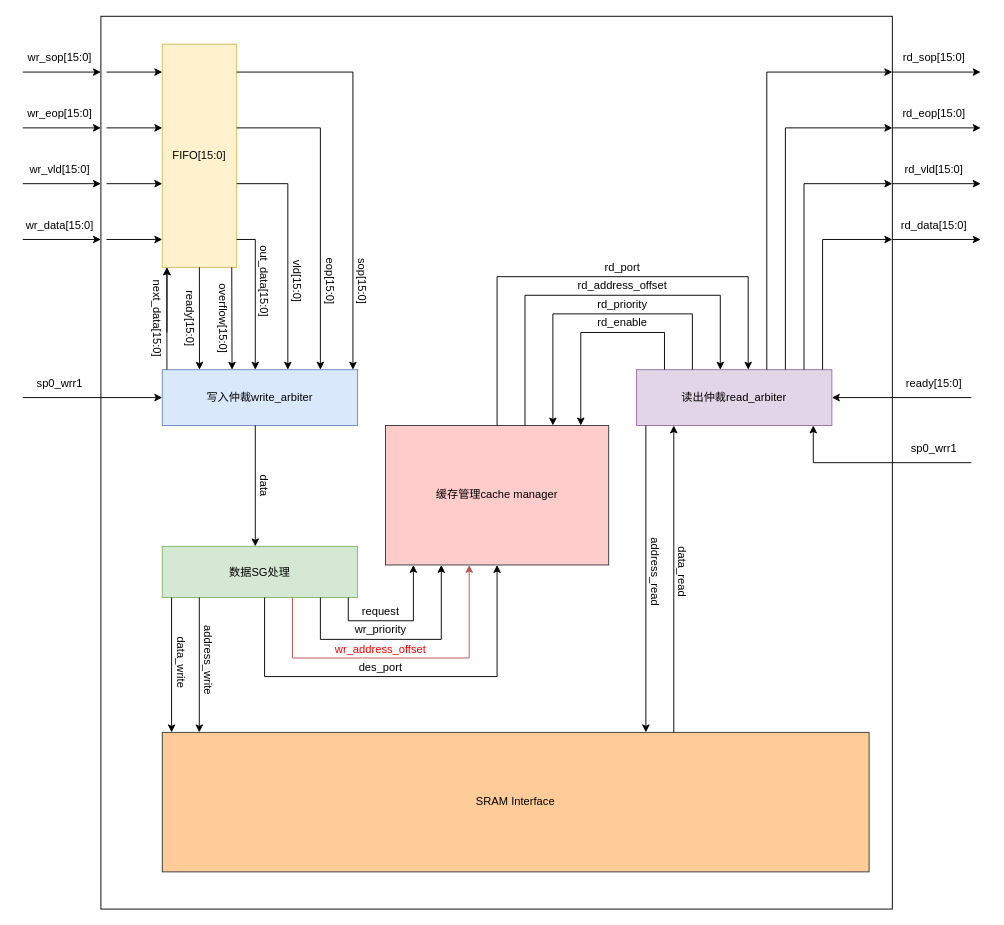
Above: system_blocks/system_block.drawio in miilTgy/sram_ctl (draw.io), before the change. Source tidied: cells renumbered, new cells numbered last; positions are measured from the earlier drawing's top-left corner, leaving out a move shared by most shapes. Both pictures are drawn from the tidied source at 93%, with x=0, y=0 at pixel (22, 16).
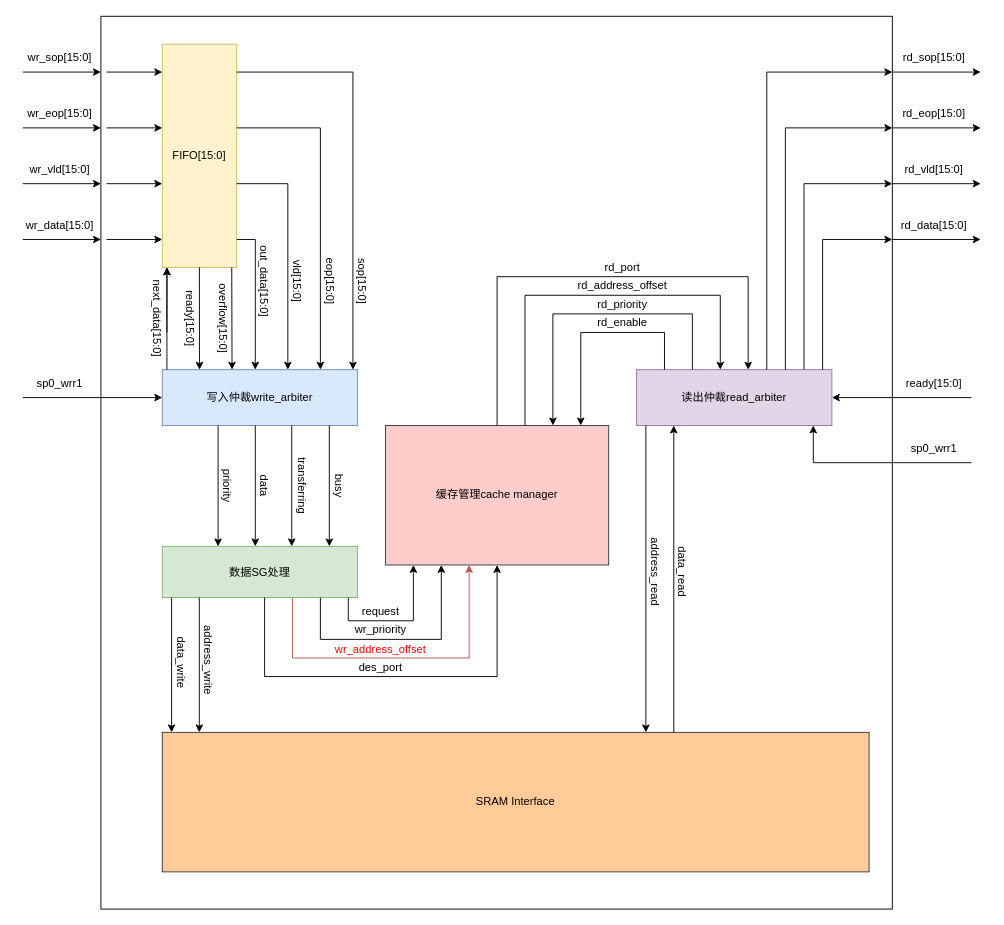
Above is the later version.

Commit message (it also covers changes not shown here):
Modified system_blocks

What changed in the source:
```diff
@@
+    <mxCell id="80" style="endArrow=classic;html=1;rounded=0;" parent="1" edge="1">
+      <mxGeometry relative="1" as="geometry">
+        <mxPoint x="289.2" y="440" as="sourcePoint" />
+        <mxPoint x="289.2" y="570" as="targetPoint" />
+      </mxGeometry>
+    </mxCell>
+    <mxCell id="81" value="transferring" style="text;html=1;align=center;verticalAlign=middle;whiteSpace=wrap;rounded=0;rotation=90;" parent="1" vertex="1">
+      <mxGeometry x="270" y="490" width="60" height="30" as="geometry" />
+    </mxCell>
+    <mxCell id="82" style="endArrow=classic;html=1;rounded=0;" parent="1" edge="1">
+      <mxGeometry relative="1" as="geometry">
+        <mxPoint x="210" y="440" as="sourcePoint" />
+        <mxPoint x="210" y="570" as="targetPoint" />
+      </mxGeometry>
+    </mxCell>
+    <mxCell id="83" value="priority" style="text;html=1;align=center;verticalAlign=middle;whiteSpace=wrap;rounded=0;rotation=90;" parent="1" vertex="1">
+      <mxGeometry x="190" y="490" width="60" height="30" as="geometry" />
+    </mxCell>
+    <mxCell id="84" style="endArrow=classic;html=1;rounded=0;" parent="1" edge="1">
+      <mxGeometry relative="1" as="geometry">
+        <mxPoint x="329.6" y="440" as="sourcePoint" />
+        <mxPoint x="329.6" y="570" as="targetPoint" />
+      </mxGeometry>
+    </mxCell>
+    <mxCell id="85" value="busy" style="text;html=1;align=center;verticalAlign=middle;whiteSpace=wrap;rounded=0;rotation=90;" parent="1" vertex="1">
+      <mxGeometry x="310" y="490" width="60" height="30" as="geometry" />
+    </mxCell>
```
